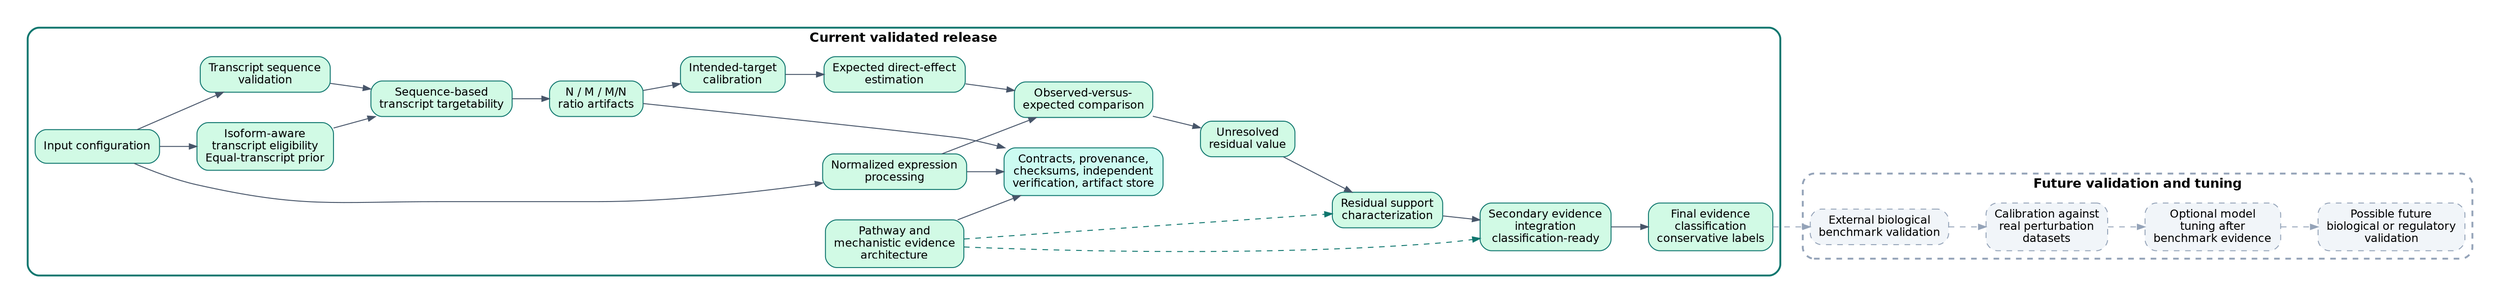
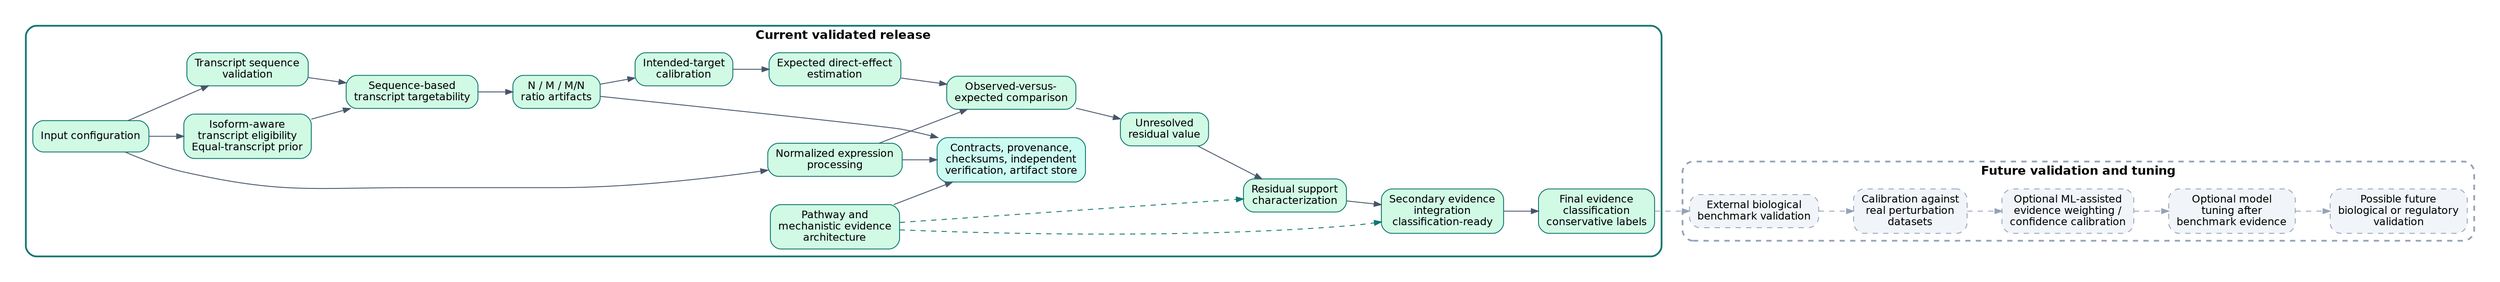
digraph G {
  graph [rankdir=LR, bgcolor="white", pad="0.3", nodesep="0.45", ranksep="0.55"];
  node [shape=box, style="rounded,filled", fontname="Helvetica", fontsize=12, margin="0.12,0.08"];
  edge [fontname="Helvetica", fontsize=10, color="#475569", arrowsize=0.8];

  subgraph cluster_current {
    label="Current validated release";
    color="#0f766e";
    penwidth=2;
    style="rounded";
    fontname="Helvetica-Bold";
    cfg [label="Input configuration", fillcolor="#d1fae5", color="#0f766e"];
    expr [label="Normalized expression\nprocessing", fillcolor="#d1fae5", color="#0f766e"];
    iso [label="Isoform-aware\ntranscript eligibility\nEqual-transcript prior", fillcolor="#d1fae5", color="#0f766e"];
    seq [label="Transcript sequence\nvalidation", fillcolor="#d1fae5", color="#0f766e"];
    targ [label="Sequence-based\ntranscript targetability", fillcolor="#d1fae5", color="#0f766e"];
    ratio [label="N / M / M/N\nratio artifacts", fillcolor="#d1fae5", color="#0f766e"];
    cal [label="Intended-target\ncalibration", fillcolor="#d1fae5", color="#0f766e"];
    exp [label="Expected direct-effect\nestimation", fillcolor="#d1fae5", color="#0f766e"];
    comp [label="Observed-versus-\nexpected comparison", fillcolor="#d1fae5", color="#0f766e"];
    res [label="Unresolved\nresidual value", fillcolor="#d1fae5", color="#0f766e"];
    support [label="Residual support\ncharacterization", fillcolor="#d1fae5", color="#0f766e"];
    secint [label="Secondary evidence\nintegration\nclassification-ready", fillcolor="#d1fae5", color="#0f766e"];
    cls [label="Final evidence\nclassification\nconservative labels", fillcolor="#d1fae5", color="#0f766e"];
    path [label="Pathway and\nmechanistic evidence\narchitecture", fillcolor="#d1fae5", color="#0f766e"];
    store [label="Contracts, provenance,\nchecksums, independent\nverification, artifact store", fillcolor="#ccfbf1", color="#0f766e"];
  }

  subgraph cluster_planned {
    label="Future validation and tuning";
    color="#94a3b8";
    penwidth=2;
    style="rounded,dashed";
    fontname="Helvetica-Bold";
    bench [label="External biological\nbenchmark validation", fillcolor="#f1f5f9", color="#94a3b8", style="rounded,filled,dashed"];
    realcal [label="Calibration against\nreal perturbation\ndatasets", fillcolor="#f1f5f9", color="#94a3b8", style="rounded,filled,dashed"];
+     mlweight [label="Optional ML-assisted\nevidence weighting /\nconfidence calibration", fillcolor="#f1f5f9", color="#94a3b8", style="rounded,filled,dashed"];
    tuning [label="Optional model\ntuning after\nbenchmark evidence", fillcolor="#f1f5f9", color="#94a3b8", style="rounded,filled,dashed"];
    futureval [label="Possible future\nbiological or regulatory\nvalidation", fillcolor="#f1f5f9", color="#94a3b8", style="rounded,filled,dashed"];
  }

  cfg -> expr;
  cfg -> iso;
  cfg -> seq;
  expr -> store;
  iso -> targ;
  seq -> targ;
  targ -> ratio;
  ratio -> store;
  path -> store;
  expr -> comp;
  ratio -> cal;
  cal -> exp;
  exp -> comp;
  comp -> res;
  res -> support;
  path -> support [style=dashed, color="#0f766e"];
  support -> secint;
  path -> secint [style=dashed, color="#0f766e"];
  secint -> cls;
  cls -> bench [style=dashed, color="#94a3b8"];
  bench -> realcal [style=dashed, color="#94a3b8"];
-   realcal -> tuning [style=dashed, color="#94a3b8"];
+   realcal -> mlweight [style=dashed, color="#94a3b8"];
+   mlweight -> tuning [style=dashed, color="#94a3b8"];
  tuning -> futureval [style=dashed, color="#94a3b8"];
}
